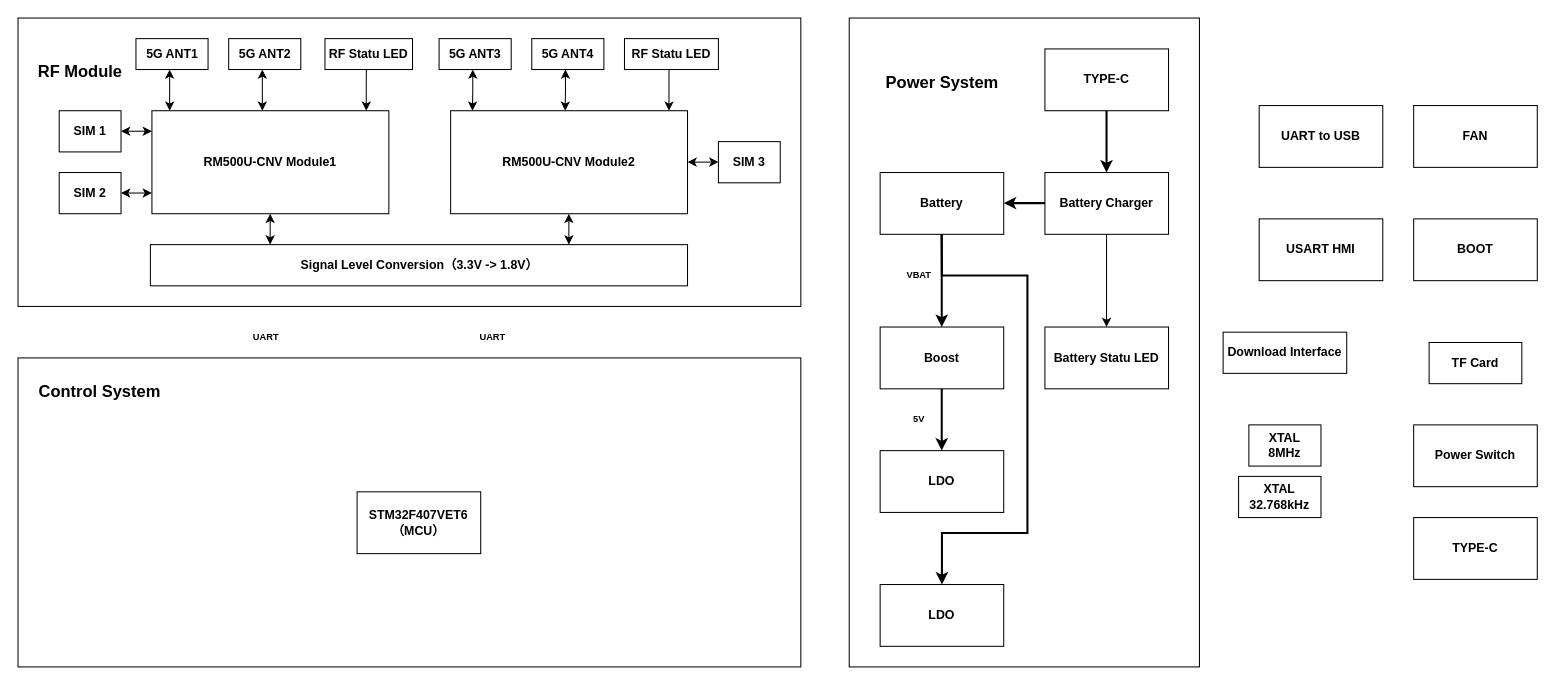
Earlier version of the draw.io diagram ICCC_block.drawio (zeandon/draw.io). Source tidied: cells renumbered, new cells numbered last; positions are measured from the earlier drawing's top-left corner, leaving out a move shared by most shapes. Both pictures are drawn from the tidied source at 103%, with x=0, y=0 at pixel (18, 18).
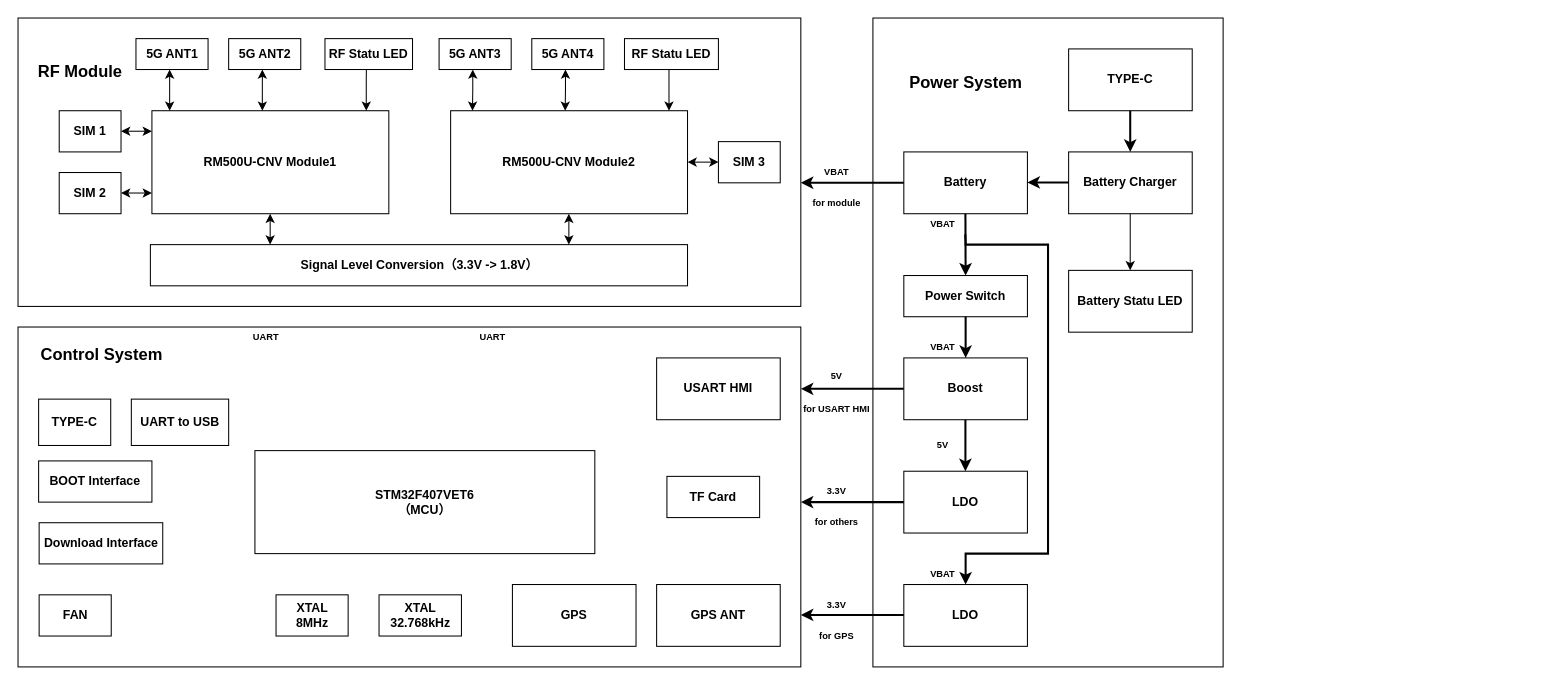
The same page after the edit.

Change to the diagram source:
```diff
@@
     <mxCell id="2" style="rounded=0;whiteSpace=wrap;html=1;" parent="1" vertex="1">
-      <mxGeometry x="807" width="340" height="630" as="geometry" />
+      <mxGeometry x="830" width="340" height="630" as="geometry" />
     </mxCell>
@@
     <mxCell id="4" style="rounded=0;whiteSpace=wrap;html=1;" parent="1" vertex="1">
-      <mxGeometry y="330" width="760" height="300" as="geometry" />
+      <mxGeometry y="300" width="760" height="330" as="geometry" />
     </mxCell>
     <mxCell id="5" value="&lt;font style=&quot;font-size: 16px;&quot;&gt;Control System&lt;/font&gt;" style="text;strokeColor=none;fillColor=none;html=1;fontSize=24;fontStyle=1;verticalAlign=middle;align=center;" parent="1" vertex="1">
-      <mxGeometry x="8" y="340" width="141" height="40" as="geometry" />
+      <mxGeometry x="10" y="305" width="141" height="40" as="geometry" />
     </mxCell>
@@
     <mxCell id="15" value="STM32F407V&lt;span style=&quot;background-color: transparent; color: light-dark(rgb(0, 0, 0), rgb(255, 255, 255));&quot;&gt;ET6&lt;br&gt;（MCU）&lt;/span&gt;" style="rounded=0;whiteSpace=wrap;html=1;fontStyle=1;" parent="1" vertex="1">
-      <mxGeometry x="329.2" y="460" width="120" height="60" as="geometry" />
+      <mxGeometry x="230" y="420" width="330" height="100" as="geometry" />
     </mxCell>
     <mxCell id="16" value="&lt;span style=&quot;background-color: transparent; color: light-dark(rgb(0, 0, 0), rgb(255, 255, 255));&quot;&gt;XTAL&lt;br&gt;8MHz&lt;/span&gt;" style="rounded=0;whiteSpace=wrap;html=1;fontStyle=1;" parent="1" vertex="1">
-      <mxGeometry x="1195" y="395" width="70" height="40" as="geometry" />
+      <mxGeometry x="250.5" y="560" width="70" height="40" as="geometry" />
     </mxCell>
     <mxCell id="17" value="&lt;span style=&quot;background-color: transparent; color: light-dark(rgb(0, 0, 0), rgb(255, 255, 255));&quot;&gt;XTAL&lt;br&gt;32.768kHz&lt;/span&gt;" style="rounded=0;whiteSpace=wrap;html=1;fontStyle=1;" parent="1" vertex="1">
-      <mxGeometry x="1185" y="445" width="80" height="40" as="geometry" />
+      <mxGeometry x="350.5" y="560" width="80" height="40" as="geometry" />
     </mxCell>
     <mxCell id="18" value="Download Interface" style="rounded=0;whiteSpace=wrap;html=1;fontStyle=1;" parent="1" vertex="1">
-      <mxGeometry x="1170" y="305" width="120" height="40" as="geometry" />
+      <mxGeometry x="20.5" y="490" width="120" height="40" as="geometry" />
     </mxCell>
     <mxCell id="19" value="USART&amp;nbsp;&lt;span style=&quot;background-color: transparent; color: light-dark(rgb(0, 0, 0), rgb(255, 255, 255));&quot;&gt;HMI&lt;/span&gt;" style="rounded=0;whiteSpace=wrap;html=1;fontStyle=1;" parent="1" vertex="1">
-      <mxGeometry x="1205" y="195" width="120" height="60" as="geometry" />
+      <mxGeometry x="620" y="330" width="120" height="60" as="geometry" />
     </mxCell>
     <mxCell id="20" value="TYPE-C" style="rounded=0;whiteSpace=wrap;html=1;fontStyle=1;" parent="1" vertex="1">
-      <mxGeometry x="997" y="30" width="120" height="60" as="geometry" />
+      <mxGeometry x="1020" y="30" width="120" height="60" as="geometry" />
     </mxCell>
     <mxCell id="21" value="Battery Charger" style="rounded=0;whiteSpace=wrap;html=1;fontStyle=1;" parent="1" vertex="1">
-      <mxGeometry x="997" y="150" width="120" height="60" as="geometry" />
+      <mxGeometry x="1020" y="130" width="120" height="60" as="geometry" />
     </mxCell>
     <mxCell id="22" value="Boost" style="rounded=0;whiteSpace=wrap;html=1;fontStyle=1;" parent="1" vertex="1">
-      <mxGeometry x="837" y="300" width="120" height="60" as="geometry" />
+      <mxGeometry x="860" y="330" width="120" height="60" as="geometry" />
     </mxCell>
     <mxCell id="23" value="LDO" style="rounded=0;whiteSpace=wrap;html=1;fontStyle=1;" parent="1" vertex="1">
-      <mxGeometry x="837" y="420" width="120" height="60" as="geometry" />
+      <mxGeometry x="860" y="440" width="120" height="60" as="geometry" />
     </mxCell>
     <mxCell id="24" value="LDO" style="rounded=0;whiteSpace=wrap;html=1;fontStyle=1;" parent="1" vertex="1">
-      <mxGeometry x="837" y="550" width="120" height="60" as="geometry" />
+      <mxGeometry x="860" y="550" width="120" height="60" as="geometry" />
     </mxCell>
     <mxCell id="25" value="Battery" style="rounded=0;whiteSpace=wrap;html=1;fontStyle=1;" parent="1" vertex="1">
-      <mxGeometry x="837" y="150" width="120" height="60" as="geometry" />
+      <mxGeometry x="860" y="130" width="120" height="60" as="geometry" />
     </mxCell>
     <mxCell id="26" value="Battery Statu LED" style="rounded=0;whiteSpace=wrap;html=1;fontStyle=1;" parent="1" vertex="1">
-      <mxGeometry x="997" y="300" width="120" height="60" as="geometry" />
+      <mxGeometry x="1020" y="245" width="120" height="60" as="geometry" />
     </mxCell>
@@
     <mxCell id="33" value="UART to USB" style="rounded=0;whiteSpace=wrap;html=1;fontStyle=1;" parent="1" vertex="1">
-      <mxGeometry x="1205" y="85" width="120" height="60" as="geometry" />
+      <mxGeometry x="110" y="370" width="94.5" height="45" as="geometry" />
     </mxCell>
     <mxCell id="34" value="FAN" style="rounded=0;whiteSpace=wrap;html=1;fontStyle=1;" parent="1" vertex="1">
-      <mxGeometry x="1355" y="85" width="120" height="60" as="geometry" />
+      <mxGeometry x="20.5" y="560" width="70" height="40" as="geometry" />
     </mxCell>
-    <mxCell id="35" value="BOOT" style="rounded=0;whiteSpace=wrap;html=1;fontStyle=1;" parent="1" vertex="1">
-      <mxGeometry x="1355" y="195" width="120" height="60" as="geometry" />
+    <mxCell id="35" value="BOOT Interface" style="rounded=0;whiteSpace=wrap;html=1;fontStyle=1;" parent="1" vertex="1">
+      <mxGeometry x="20" y="430" width="110" height="40" as="geometry" />
     </mxCell>
     <mxCell id="36" value="TF Card" style="rounded=0;whiteSpace=wrap;html=1;fontStyle=1;" parent="1" vertex="1">
-      <mxGeometry x="1370" y="315" width="90" height="40" as="geometry" />
+      <mxGeometry x="630" y="445" width="90" height="40" as="geometry" />
     </mxCell>
     <mxCell id="37" value="Power Switch" style="rounded=0;whiteSpace=wrap;html=1;fontStyle=1;" parent="1" vertex="1">
-      <mxGeometry x="1355" y="395" width="120" height="60" as="geometry" />
+      <mxGeometry x="860" y="250" width="120" height="40" as="geometry" />
     </mxCell>
     <mxCell id="38" value="TYPE-C" style="rounded=0;whiteSpace=wrap;html=1;fontStyle=1;" parent="1" vertex="1">
-      <mxGeometry x="1355" y="485" width="120" height="60" as="geometry" />
+      <mxGeometry x="20" y="370" width="70" height="45" as="geometry" />
     </mxCell>
@@
     <mxCell id="44" value="&lt;font style=&quot;font-size: 16px;&quot;&gt;Power System&lt;/font&gt;" style="text;strokeColor=none;fillColor=none;html=1;fontSize=24;fontStyle=1;verticalAlign=middle;align=center;" parent="1" vertex="1">
-      <mxGeometry x="832" y="40" width="130" height="40" as="geometry" />
+      <mxGeometry x="855" y="40" width="130" height="40" as="geometry" />
     </mxCell>
-    <mxCell id="45" style="endArrow=none;startArrow=classic;html=1;rounded=0;endFill=0;" parent="1" edge="1">
-      <mxGeometry relative="1" as="geometry">
-        <mxPoint x="1056.8" y="300" as="sourcePoint" />
-        <mxPoint x="1056.8" y="210" as="targetPoint" />
-      </mxGeometry>
-    </mxCell>
     <mxCell id="46" style="endArrow=none;startArrow=classic;html=1;rounded=0;endFill=0;strokeWidth=2;" parent="1" edge="1">
       <mxGeometry relative="1" as="geometry">
-        <mxPoint x="957" y="179.7" as="sourcePoint" />
-        <mxPoint x="997" y="179.7" as="targetPoint" />
+        <mxPoint x="980" y="159.6" as="sourcePoint" />
+        <mxPoint x="1020" y="159.6" as="targetPoint" />
       </mxGeometry>
     </mxCell>
     <mxCell id="47" style="endArrow=none;startArrow=classic;html=1;rounded=0;endFill=0;strokeWidth=2;" parent="1" edge="1">
       <mxGeometry relative="1" as="geometry">
-        <mxPoint x="896.8" y="300" as="sourcePoint" />
-        <mxPoint x="896.8" y="210" as="targetPoint" />
+        <mxPoint x="920" y="250" as="sourcePoint" />
+        <mxPoint x="919.8" y="190" as="targetPoint" />
       </mxGeometry>
     </mxCell>
     <mxCell id="48" style="endArrow=none;startArrow=classic;html=1;rounded=0;endFill=0;strokeWidth=2;" parent="1" edge="1">
       <mxGeometry relative="1" as="geometry">
-        <mxPoint x="896.8" y="420" as="sourcePoint" />
-        <mxPoint x="896.8" y="360" as="targetPoint" />
+        <mxPoint x="919.8" y="440" as="sourcePoint" />
+        <mxPoint x="919.8" y="390" as="targetPoint" />
       </mxGeometry>
     </mxCell>
     <mxCell id="49" style="endArrow=none;startArrow=classic;html=1;rounded=0;endFill=0;exitX=0.5;exitY=0;exitDx=0;exitDy=0;strokeWidth=2;" parent="1" edge="1" source="24">
       <mxGeometry relative="1" as="geometry">
-        <mxPoint x="896.7" y="210" as="targetPoint" />
+        <mxPoint x="919.7" y="210" as="targetPoint" />
         <Array as="points">
-          <mxPoint x="897" y="500" />
-          <mxPoint x="980" y="500" />
-          <mxPoint x="980" y="250" />
-          <mxPoint x="897" y="250" />
+          <mxPoint x="920" y="520" />
+          <mxPoint x="1000" y="520" />
+          <mxPoint x="1000" y="220" />
+          <mxPoint x="920" y="220" />
         </Array>
       </mxGeometry>
     </mxCell>
     <mxCell id="50" style="endArrow=none;startArrow=classic;html=1;rounded=0;endFill=0;strokeWidth=2;" parent="1" edge="1">
       <mxGeometry relative="1" as="geometry">
-        <mxPoint x="1056.8" y="150" as="sourcePoint" />
-        <mxPoint x="1056.8" y="90" as="targetPoint" />
+        <mxPoint x="1079.8" y="130" as="sourcePoint" />
+        <mxPoint x="1079.8" y="90" as="targetPoint" />
       </mxGeometry>
     </mxCell>
@@
     <mxCell id="57" value="VBAT" style="text;html=1;whiteSpace=wrap;strokeColor=none;fillColor=none;align=center;verticalAlign=middle;rounded=0;fontStyle=1;fontSize=9;" parent="1" vertex="1">
-      <mxGeometry x="850" y="240" width="50" height="20" as="geometry" />
+      <mxGeometry x="873" y="190" width="50" height="20" as="geometry" />
     </mxCell>
     <mxCell id="58" value="5V" style="text;html=1;whiteSpace=wrap;strokeColor=none;fillColor=none;align=center;verticalAlign=middle;rounded=0;fontStyle=1;fontSize=9;" parent="1" vertex="1">
-      <mxGeometry x="860" y="380" width="30" height="20" as="geometry" />
+      <mxGeometry x="883" y="405" width="30" height="20" as="geometry" />
     </mxCell>
+    <mxCell id="59" style="endArrow=none;startArrow=classic;html=1;rounded=0;endFill=0;strokeWidth=2;" parent="1" edge="1">
+      <mxGeometry relative="1" as="geometry">
+        <mxPoint x="760" y="159.9" as="sourcePoint" />
+        <mxPoint x="860" y="159.9" as="targetPoint" />
+      </mxGeometry>
+    </mxCell>
+    <mxCell id="60" value="VBAT" style="text;html=1;whiteSpace=wrap;strokeColor=none;fillColor=none;align=center;verticalAlign=middle;rounded=0;fontStyle=1;fontSize=9;" parent="1" vertex="1">
+      <mxGeometry x="770" y="140" width="50" height="20" as="geometry" />
+    </mxCell>
+    <mxCell id="61" style="endArrow=none;startArrow=classic;html=1;rounded=0;endFill=0;strokeWidth=2;" parent="1" edge="1">
+      <mxGeometry relative="1" as="geometry">
+        <mxPoint x="760" y="360" as="sourcePoint" />
+        <mxPoint x="860" y="360" as="targetPoint" />
+      </mxGeometry>
+    </mxCell>
+    <mxCell id="62" style="endArrow=none;startArrow=classic;html=1;rounded=0;endFill=0;strokeWidth=2;" parent="1" edge="1">
+      <mxGeometry relative="1" as="geometry">
+        <mxPoint x="760" y="470" as="sourcePoint" />
+        <mxPoint x="860" y="470" as="targetPoint" />
+      </mxGeometry>
+    </mxCell>
+    <mxCell id="63" style="endArrow=none;startArrow=classic;html=1;rounded=0;endFill=0;strokeWidth=2;" parent="1" edge="1">
+      <mxGeometry relative="1" as="geometry">
+        <mxPoint x="760" y="579.5" as="sourcePoint" />
+        <mxPoint x="860" y="579.5" as="targetPoint" />
+      </mxGeometry>
+    </mxCell>
+    <mxCell id="64" value="5V" style="text;html=1;whiteSpace=wrap;strokeColor=none;fillColor=none;align=center;verticalAlign=middle;rounded=0;fontStyle=1;fontSize=9;" parent="1" vertex="1">
+      <mxGeometry x="780" y="337.5" width="30" height="20" as="geometry" />
+    </mxCell>
+    <mxCell id="65" value="3.3V" style="text;html=1;whiteSpace=wrap;strokeColor=none;fillColor=none;align=center;verticalAlign=middle;rounded=0;fontStyle=1;fontSize=9;" parent="1" vertex="1">
+      <mxGeometry x="775" y="450" width="40" height="20" as="geometry" />
+    </mxCell>
+    <mxCell id="66" value="3.3V" style="text;html=1;whiteSpace=wrap;strokeColor=none;fillColor=none;align=center;verticalAlign=middle;rounded=0;fontStyle=1;fontSize=9;" parent="1" vertex="1">
+      <mxGeometry x="775" y="560" width="40" height="20" as="geometry" />
+    </mxCell>
+    <mxCell id="67" value="for module" style="text;html=1;whiteSpace=wrap;strokeColor=none;fillColor=none;align=center;verticalAlign=middle;rounded=0;fontStyle=1;fontSize=9;" parent="1" vertex="1">
+      <mxGeometry x="760" y="170" width="70" height="20" as="geometry" />
+    </mxCell>
+    <mxCell id="68" value="for USART HMI" style="text;html=1;whiteSpace=wrap;strokeColor=none;fillColor=none;align=center;verticalAlign=middle;rounded=0;fontStyle=1;fontSize=9;" parent="1" vertex="1">
+      <mxGeometry x="750" y="370" width="90" height="20" as="geometry" />
+    </mxCell>
+    <mxCell id="69" value="for others" style="text;html=1;whiteSpace=wrap;strokeColor=none;fillColor=none;align=center;verticalAlign=middle;rounded=0;fontStyle=1;fontSize=9;" parent="1" vertex="1">
+      <mxGeometry x="765" y="480" width="60" height="20" as="geometry" />
+    </mxCell>
+    <mxCell id="70" value="for GPS" style="text;html=1;whiteSpace=wrap;strokeColor=none;fillColor=none;align=center;verticalAlign=middle;rounded=0;fontStyle=1;fontSize=9;" parent="1" vertex="1">
+      <mxGeometry x="765" y="590" width="60" height="20" as="geometry" />
+    </mxCell>
+    <mxCell id="71" value="GPS" style="rounded=0;whiteSpace=wrap;html=1;fontStyle=1;" parent="1" vertex="1">
+      <mxGeometry x="480" y="550" width="120" height="60" as="geometry" />
+    </mxCell>
+    <mxCell id="72" value="GPS ANT" style="rounded=0;whiteSpace=wrap;html=1;fontStyle=1;" parent="1" vertex="1">
+      <mxGeometry x="620" y="550" width="120" height="60" as="geometry" />
+    </mxCell>
+    <mxCell id="73" style="endArrow=none;startArrow=classic;html=1;rounded=0;endFill=0;strokeWidth=2;" parent="1" edge="1">
+      <mxGeometry relative="1" as="geometry">
+        <mxPoint x="920" y="330" as="sourcePoint" />
+        <mxPoint x="920" y="290" as="targetPoint" />
+      </mxGeometry>
+    </mxCell>
+    <mxCell id="74" style="endArrow=none;startArrow=classic;html=1;rounded=0;endFill=0;" parent="1" edge="1">
+      <mxGeometry relative="1" as="geometry">
+        <mxPoint x="1079.8" y="245" as="sourcePoint" />
+        <mxPoint x="1079.8" y="190" as="targetPoint" />
+      </mxGeometry>
+    </mxCell>
+    <mxCell id="75" value="VBAT" style="text;html=1;whiteSpace=wrap;strokeColor=none;fillColor=none;align=center;verticalAlign=middle;rounded=0;fontStyle=1;fontSize=9;" parent="1" vertex="1">
+      <mxGeometry x="873" y="530" width="50" height="20" as="geometry" />
+    </mxCell>
+    <mxCell id="76" value="VBAT" style="text;html=1;whiteSpace=wrap;strokeColor=none;fillColor=none;align=center;verticalAlign=middle;rounded=0;fontStyle=1;fontSize=9;" parent="1" vertex="1">
+      <mxGeometry x="873" y="310" width="50" height="20" as="geometry" />
+    </mxCell>
```
